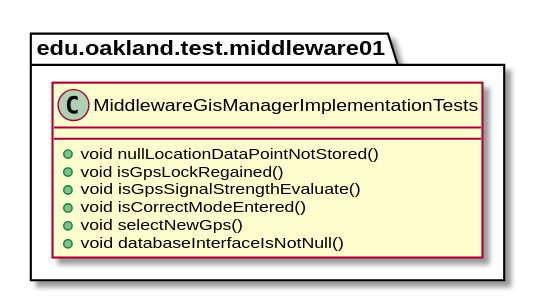
Above: docs/uml-class-diagrams/middleware01/test/MiddlewareGisManagerImplementationTests/MiddlewareGisManagerImplementationTests.svg in andrewdimmer/csi-3370-software-project (PlantUML), before the change.
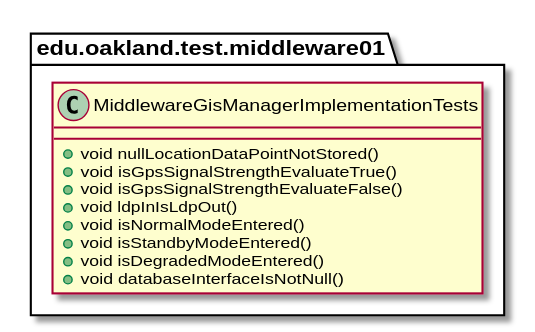
The same diagram one commit later.

Change to the diagram source:
```diff
@@ -3,10 +3,12 @@
 package edu.oakland.test.middleware01 {
   class MiddlewareGisManagerImplementationTests {
     + void nullLocationDataPointNotStored()
-    + void isGpsLockRegained()
-    + void isGpsSignalStrengthEvaluate()
-    + void isCorrectModeEntered()
-    + void selectNewGps()
+    + void isGpsSignalStrengthEvaluateTrue()
+    + void isGpsSignalStrengthEvaluateFalse()
+    + void ldpInIsLdpOut()
+    + void isNormalModeEntered()
+    + void isStandbyModeEntered()
+    + void isDegradedModeEntered()
     + void databaseInterfaceIsNotNull()
   }
 }
```
